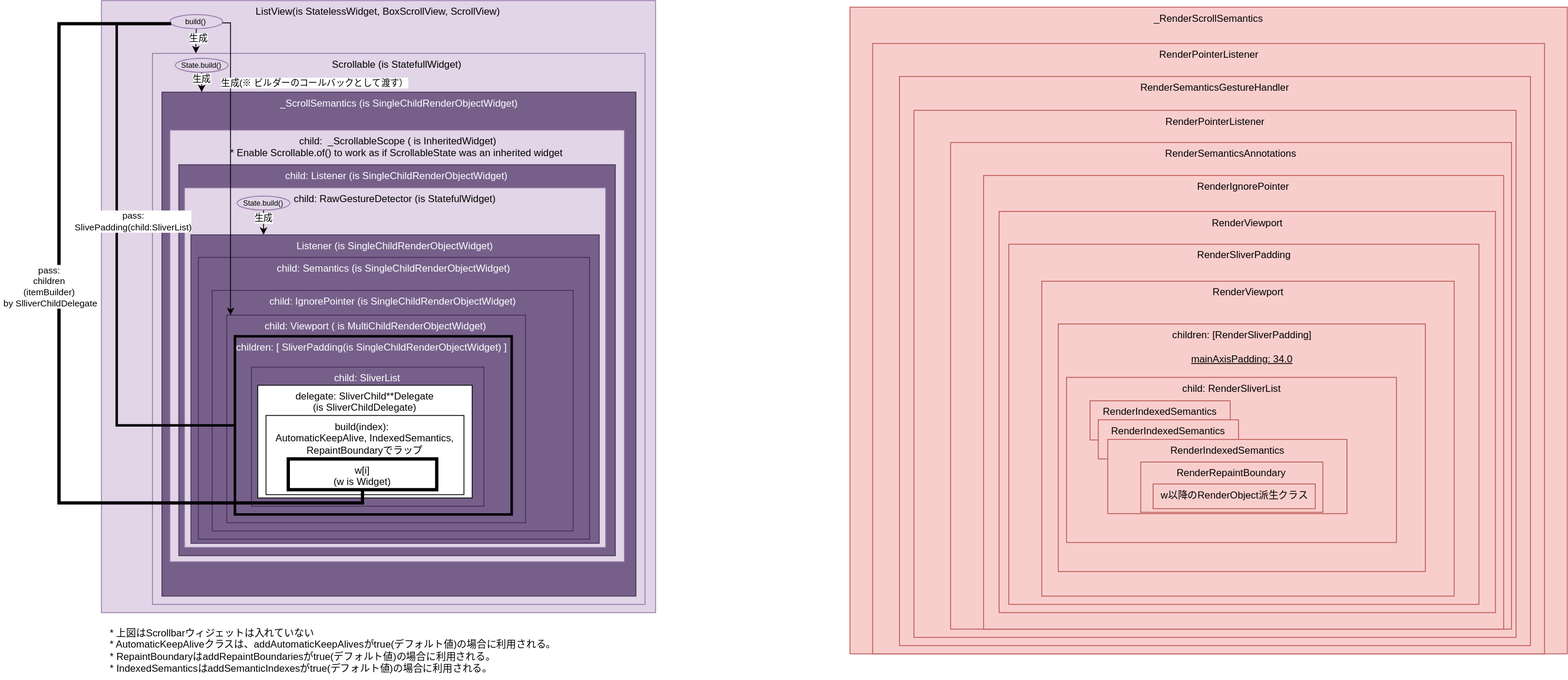
The draw.io diagram flutter/svg/scroll_code_reading/flutter_scroll_view_build.drawio.svg in megur0/docs, before a commit. Source tidied: cells renumbered, new cells last; positions are measured from the earlier drawing's top-left corner, leaving out a move shared by most shapes.
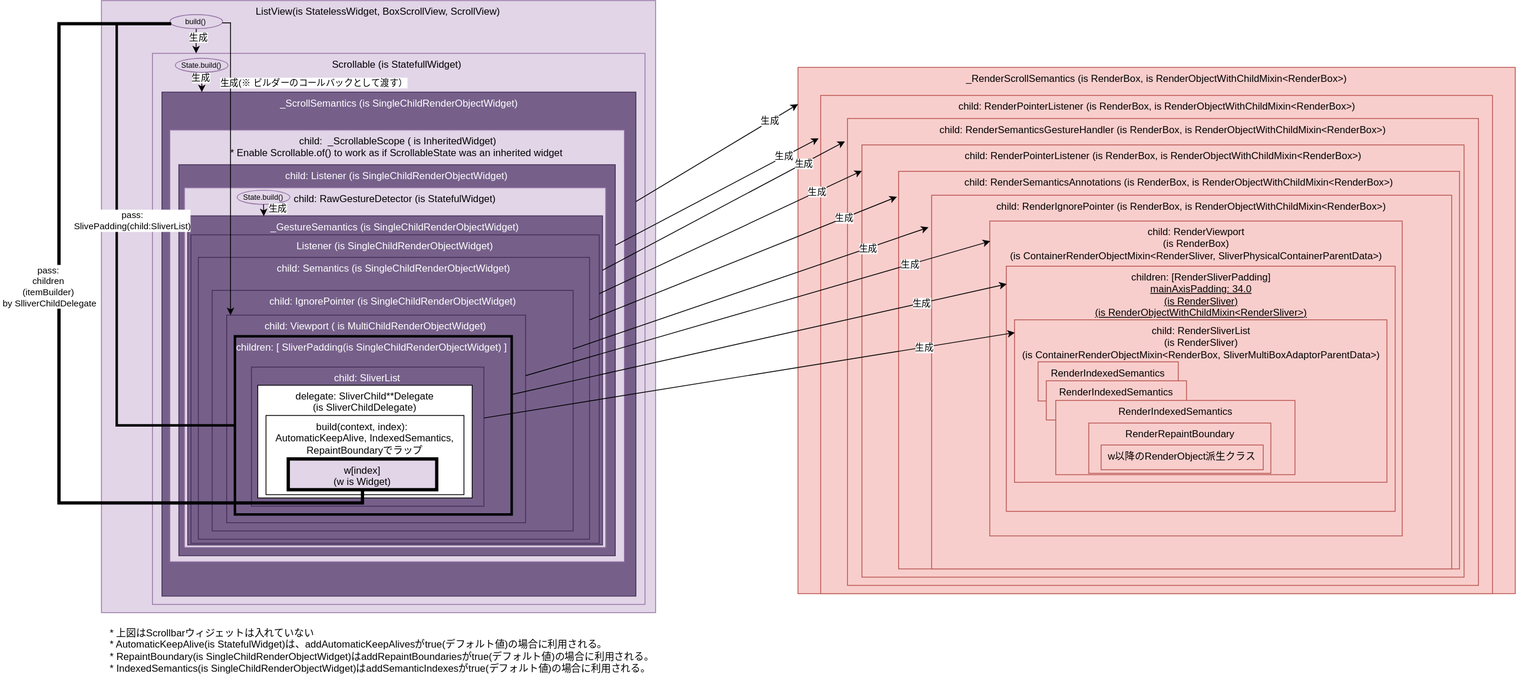
After the change.

The edit, as a diff of the source:
```diff
@@ -20,32 +20,26 @@
     <mxCell id="7" value="&lt;div&gt;&lt;/div&gt;&lt;div&gt;&lt;br&gt;&lt;/div&gt;" style="text;html=1;align=center;verticalAlign=middle;strokeColor=none;fillColor=none;" parent="1" vertex="1">
       <mxGeometry x="389.3" y="21" width="18" height="26" as="geometry" />
     </mxCell>
-    <mxCell id="8" value="_RenderScrollSemantics" style="html=1;whiteSpace=wrap;fillColor=#f8cecc;strokeColor=#b85450;verticalAlign=top;" parent="1" vertex="1">
-      <mxGeometry x="959" y="8" width="869.5" height="784" as="geometry" />
+    <mxCell id="8" value="_RenderScrollSemantics&amp;nbsp;&lt;span style=&quot;background-color: initial;&quot;&gt;(is RenderBox, is&amp;nbsp;RenderObjectWithChildMixin&amp;lt;RenderBox&amp;gt;)&lt;/span&gt;" style="html=1;whiteSpace=wrap;fillColor=#f8cecc;strokeColor=#b85450;verticalAlign=top;" parent="1" vertex="1">
+      <mxGeometry x="896" y="81" width="869.5" height="638" as="geometry" />
     </mxCell>
-    <mxCell id="9" value="RenderPointerListener" style="html=1;whiteSpace=wrap;fillColor=#f8cecc;strokeColor=#b85450;verticalAlign=top;" parent="1" vertex="1">
-      <mxGeometry x="986.5" y="52" width="814.5" height="740" as="geometry" />
+    <mxCell id="9" value="child: RenderPointerListener&amp;nbsp;&lt;span style=&quot;background-color: initial;&quot;&gt;(is RenderBox, is RenderObjectWithChildMixin&amp;lt;RenderBox&amp;gt;)&lt;/span&gt;" style="html=1;whiteSpace=wrap;fillColor=#f8cecc;strokeColor=#b85450;verticalAlign=top;" parent="1" vertex="1">
+      <mxGeometry x="923.5" y="115" width="814.5" height="604" as="geometry" />
     </mxCell>
-    <mxCell id="10" value="RenderSemanticsGestureHandler" style="html=1;whiteSpace=wrap;fillColor=#f8cecc;strokeColor=#b85450;verticalAlign=top;" parent="1" vertex="1">
-      <mxGeometry x="1019" y="92" width="765" height="690" as="geometry" />
+    <mxCell id="10" value="child: RenderSemanticsGestureHandler&amp;nbsp;&lt;span style=&quot;background-color: initial;&quot;&gt;(is RenderBox, is RenderObjectWithChildMixin&amp;lt;RenderBox&amp;gt;)&lt;/span&gt;" style="html=1;whiteSpace=wrap;fillColor=#f8cecc;strokeColor=#b85450;verticalAlign=top;" parent="1" vertex="1">
+      <mxGeometry x="956" y="143" width="765" height="566" as="geometry" />
     </mxCell>
-    <mxCell id="11" value="RenderPointerListener" style="html=1;whiteSpace=wrap;fillColor=#f8cecc;strokeColor=#b85450;verticalAlign=top;" parent="1" vertex="1">
-      <mxGeometry x="1036.5" y="133.1" width="730" height="638.9" as="geometry" />
+    <mxCell id="11" value="child: RenderPointerListener&amp;nbsp;&lt;span style=&quot;background-color: initial;&quot;&gt;(is RenderBox, is RenderObjectWithChildMixin&amp;lt;RenderBox&amp;gt;)&lt;/span&gt;" style="html=1;whiteSpace=wrap;fillColor=#f8cecc;strokeColor=#b85450;verticalAlign=top;" parent="1" vertex="1">
+      <mxGeometry x="973.5" y="175" width="730" height="524" as="geometry" />
     </mxCell>
-    <mxCell id="12" value="RenderSemanticsAnnotations" style="html=1;whiteSpace=wrap;fillColor=#f8cecc;strokeColor=#b85450;verticalAlign=top;" parent="1" vertex="1">
-      <mxGeometry x="1081" y="172" width="680" height="590" as="geometry" />
+    <mxCell id="12" value="child: RenderSemanticsAnnotations&amp;nbsp;&lt;span style=&quot;background-color: initial;&quot;&gt;(is RenderBox, is RenderObjectWithChildMixin&amp;lt;RenderBox&amp;gt;)&lt;/span&gt;" style="html=1;whiteSpace=wrap;fillColor=#f8cecc;strokeColor=#b85450;verticalAlign=top;" parent="1" vertex="1">
+      <mxGeometry x="1018" y="207" width="680" height="482" as="geometry" />
     </mxCell>
-    <mxCell id="13" value="RenderIgnorePointer" style="html=1;whiteSpace=wrap;fillColor=#f8cecc;strokeColor=#b85450;verticalAlign=top;" parent="1" vertex="1">
-      <mxGeometry x="1121" y="212" width="630.5" height="550" as="geometry" />
+    <mxCell id="13" value="child: RenderIgnorePointer&amp;nbsp;(is RenderBox, is RenderObjectWithChildMixin&amp;lt;RenderBox&amp;gt;)" style="html=1;whiteSpace=wrap;fillColor=#f8cecc;strokeColor=#b85450;verticalAlign=top;" parent="1" vertex="1">
+      <mxGeometry x="1058" y="236" width="630.5" height="453" as="geometry" />
     </mxCell>
-    <mxCell id="14" value="RenderViewport" style="html=1;whiteSpace=wrap;fillColor=#f8cecc;strokeColor=#b85450;verticalAlign=top;" parent="1" vertex="1">
-      <mxGeometry x="1139.8" y="255.6" width="601.7" height="486.4" as="geometry" />
-    </mxCell>
-    <mxCell id="15" value="RenderSliverPadding" style="html=1;whiteSpace=wrap;fillColor=#f8cecc;strokeColor=#b85450;verticalAlign=top;" parent="1" vertex="1">
-      <mxGeometry x="1151.5" y="295.4" width="570" height="436.6" as="geometry" />
-    </mxCell>
-    <mxCell id="16" value="RenderViewport&lt;br&gt;" style="html=1;whiteSpace=wrap;fillColor=#f8cecc;strokeColor=#b85450;verticalAlign=top;" parent="1" vertex="1">
-      <mxGeometry x="1191.5" y="340.3" width="500" height="381.7" as="geometry" />
+    <mxCell id="16" value="child: RenderViewport&lt;div&gt;(is RenderBox)&lt;div&gt;(is ContainerRenderObjectMixin&amp;lt;RenderSliver, SliverPhysicalContainerParentData&amp;gt;)&lt;/div&gt;&lt;/div&gt;" style="html=1;whiteSpace=wrap;fillColor=#f8cecc;strokeColor=#b85450;verticalAlign=top;" parent="1" vertex="1">
+      <mxGeometry x="1128.5" y="267.3" width="500" height="381.7" as="geometry" />
     </mxCell>
     <mxCell id="17" value="child: Listener&amp;nbsp;(is SingleChildRenderObjectWidget)" style="html=1;whiteSpace=wrap;verticalAlign=top;fillColor=#76608a;fontColor=#ffffff;strokeColor=#432D57;" parent="1" vertex="1">
       <mxGeometry x="145.3" y="199" width="529.1" height="474" as="geometry" />
@@ -53,29 +47,29 @@
     <mxCell id="18" value="child: RawGestureDetector (is StatefulWidget)&lt;div&gt;&lt;br/&gt;&lt;/div&gt;" style="html=1;whiteSpace=wrap;verticalAlign=top;fillColor=#e1d5e7;strokeColor=#9673a6;" parent="1" vertex="1">
       <mxGeometry x="152.1" y="227" width="510.7" height="436" as="geometry" />
     </mxCell>
-    <mxCell id="19" value="children: [RenderSliverPadding]&lt;br&gt;&lt;br&gt;&lt;u&gt;mainAxisPadding: 34.0&lt;/u&gt;" style="html=1;whiteSpace=wrap;fillColor=#f8cecc;strokeColor=#b85450;verticalAlign=top;" parent="1" vertex="1">
-      <mxGeometry x="1211.5" y="392" width="445" height="300.2" as="geometry" />
+    <mxCell id="19" value="children: [RenderSliverPadding]&lt;br&gt;&lt;u&gt;mainAxisPadding: 34.0&lt;/u&gt;&lt;div&gt;&lt;u&gt;(is&amp;nbsp;&lt;/u&gt;&lt;span style=&quot;background-color: initial;&quot;&gt;&lt;u&gt;RenderSliver&lt;/u&gt;&lt;/span&gt;&lt;u style=&quot;background-color: initial;&quot;&gt;)&lt;/u&gt;&lt;/div&gt;&lt;div&gt;&lt;u style=&quot;background-color: initial;&quot;&gt;(is&amp;nbsp;&lt;/u&gt;&lt;span style=&quot;background-color: initial;&quot;&gt;&lt;u&gt;RenderObjectWithChildMixin&amp;lt;RenderSliver&amp;gt;&lt;/u&gt;&lt;/span&gt;&lt;u style=&quot;background-color: initial;&quot;&gt;)&lt;/u&gt;&lt;/div&gt;" style="html=1;whiteSpace=wrap;fillColor=#f8cecc;strokeColor=#b85450;verticalAlign=top;" parent="1" vertex="1">
+      <mxGeometry x="1148.5" y="322" width="471.5" height="297.2" as="geometry" />
     </mxCell>
-    <mxCell id="20" value="child: RenderSliverList&lt;br&gt;" style="html=1;whiteSpace=wrap;fillColor=#f8cecc;strokeColor=#b85450;verticalAlign=top;" parent="1" vertex="1">
-      <mxGeometry x="1221.5" y="456.8" width="400" height="200.2" as="geometry" />
+    <mxCell id="20" value="child: RenderSliverList&lt;div&gt;(is RenderSliver)&lt;br&gt;&lt;div&gt;(is ContainerRenderObjectMixin&amp;lt;RenderBox, SliverMultiBoxAdaptorParentData&amp;gt;)&lt;/div&gt;&lt;/div&gt;" style="html=1;whiteSpace=wrap;fillColor=#f8cecc;strokeColor=#b85450;verticalAlign=top;" parent="1" vertex="1">
+      <mxGeometry x="1158.5" y="387" width="451.5" height="197" as="geometry" />
     </mxCell>
     <mxCell id="21" value="RenderIndexedSemantics" style="html=1;whiteSpace=wrap;fillColor=#f8cecc;strokeColor=#b85450;verticalAlign=top;" parent="1" vertex="1">
-      <mxGeometry x="1250" y="485.2" width="170" height="47.4" as="geometry" />
+      <mxGeometry x="1187" y="438" width="170" height="47.4" as="geometry" />
     </mxCell>
     <mxCell id="22" value="RenderIndexedSemantics" style="html=1;whiteSpace=wrap;fillColor=#f8cecc;strokeColor=#b85450;verticalAlign=top;" parent="1" vertex="1">
-      <mxGeometry x="1260" y="508.2" width="170" height="47.4" as="geometry" />
+      <mxGeometry x="1197" y="461" width="170" height="47.4" as="geometry" />
     </mxCell>
     <mxCell id="23" value="RenderIndexedSemantics" style="html=1;whiteSpace=wrap;fillColor=#f8cecc;strokeColor=#b85450;verticalAlign=top;" parent="1" vertex="1">
-      <mxGeometry x="1271.5" y="532" width="290" height="90" as="geometry" />
+      <mxGeometry x="1208.5" y="484.8" width="290" height="90" as="geometry" />
     </mxCell>
     <mxCell id="24" value="RenderRepaintBoundary" style="html=1;whiteSpace=wrap;fillColor=#f8cecc;strokeColor=#b85450;verticalAlign=top;" parent="1" vertex="1">
-      <mxGeometry x="1311.5" y="559.4" width="220.8" height="61" as="geometry" />
+      <mxGeometry x="1248.5" y="512.2" width="220.8" height="61" as="geometry" />
     </mxCell>
     <mxCell id="25" value="w以降のRenderObject派生クラス" style="html=1;whiteSpace=wrap;fillColor=#f8cecc;strokeColor=#b85450;verticalAlign=top;" parent="1" vertex="1">
-      <mxGeometry x="1326.5" y="586.1" width="196.6" height="30" as="geometry" />
+      <mxGeometry x="1263.5" y="538.8" width="196.6" height="30" as="geometry" />
     </mxCell>
-    <mxCell id="26" value="* 上図はScrollbarウィジェットは入れていない&lt;br&gt;&lt;div&gt;* AutomaticKeepAliveクラスは、addAutomaticKeepAlivesがtrue(デフォルト値)の場合に利用される。&lt;/div&gt;&lt;div&gt;* RepaintBoundaryはaddRepaintBoundariesがtrue(デフォルト値)の場合に利用される。&lt;/div&gt;&lt;div&gt;* IndexedSemanticsはaddSemanticIndexesがtrue(デフォルト値)の場合に利用される。&lt;/div&gt;" style="text;html=1;align=left;verticalAlign=middle;strokeColor=none;fillColor=none;" parent="1" vertex="1">
-      <mxGeometry x="60" y="753" width="558" height="70" as="geometry" />
+    <mxCell id="26" value="* 上図はScrollbarウィジェットは入れていない&lt;br&gt;&lt;div&gt;* AutomaticKeepAlive(is StatefulWidget)は、addAutomaticKeepAlivesがtrue(デフォルト値)の場合に利用される。&lt;/div&gt;&lt;div&gt;* RepaintBoundary(is SingleChildRenderObjectWidget)はaddRepaintBoundariesがtrue(デフォルト値)の場合に利用される。&lt;/div&gt;&lt;div&gt;* IndexedSemantics(is SingleChildRenderObjectWidget)はaddSemanticIndexesがtrue(デフォルト値)の場合に利用される。&lt;/div&gt;" style="text;html=1;align=left;verticalAlign=middle;strokeColor=none;fillColor=none;" parent="1" vertex="1">
+      <mxGeometry x="60" y="753" width="677" height="70" as="geometry" />
     </mxCell>
     <mxCell id="27" style="edgeStyle=elbowEdgeStyle;rounded=0;jettySize=auto;html=1;" parent="1" edge="1" source="29" target="3">
       <mxGeometry relative="1" as="geometry" />
@@ -97,6 +91,18 @@
     <mxCell id="32" value="State.build()" style="ellipse;whiteSpace=wrap;html=1;align=center;fontSize=9;fillColor=#e1d5e7;strokeColor=#9673a6;" parent="1" vertex="1">
       <mxGeometry x="141" y="70" width="64" height="17" as="geometry" />
     </mxCell>
+    <mxCell id="50" value="State.build()" style="ellipse;whiteSpace=wrap;html=1;align=center;fontSize=9;fillColor=#e1d5e7;strokeColor=#9673a6;" parent="1" vertex="1">
+      <mxGeometry x="216" y="230" width="64" height="17" as="geometry" />
+    </mxCell>
+    <mxCell id="51" value="_GestureSemantics (is SingleChildRenderObjectWidget)" style="html=1;whiteSpace=wrap;verticalAlign=top;fillColor=#76608a;fontColor=#ffffff;strokeColor=#432D57;" parent="1" vertex="1">
+      <mxGeometry x="156" y="261" width="502.9" height="399" as="geometry" />
+    </mxCell>
+    <mxCell id="52" style="rounded=0;jettySize=auto;html=1;entryX=0;entryY=0.07;entryDx=0;entryDy=0;entryPerimeter=0;" parent="1" edge="1" source="4" target="8">
+      <mxGeometry relative="1" as="geometry" />
+    </mxCell>
+    <mxCell id="53" value="生成" style="edgeLabel;html=1;align=center;verticalAlign=middle;" parent="52" vertex="1">
+      <mxGeometry x="0.66" relative="1" as="geometry" />
+    </mxCell>
     <mxCell id="33" value="Listener (is SingleChildRenderObjectWidget)" style="html=1;whiteSpace=wrap;verticalAlign=top;fillColor=#76608a;fontColor=#ffffff;strokeColor=#432D57;" parent="1" vertex="1">
       <mxGeometry x="160" y="284" width="495" height="374" as="geometry" />
     </mxCell>
@@ -118,10 +124,10 @@
     <mxCell id="39" value="delegate: SliverChild**Delegate&lt;br&gt;(is SliverChildDelegate)&lt;br&gt;&amp;nbsp;" style="html=1;whiteSpace=wrap;verticalAlign=top;" parent="1" vertex="1">
       <mxGeometry x="241" y="466.3" width="260" height="136.7" as="geometry" />
     </mxCell>
-    <mxCell id="40" value="build(index):&amp;nbsp;&amp;nbsp;&lt;br&gt;AutomaticKeepAlive, IndexedSemantics,&lt;br&gt;RepaintBoundaryでラップ&lt;br&gt;" style="html=1;whiteSpace=wrap;verticalAlign=top;" parent="1" vertex="1">
+    <mxCell id="40" value="build(context, index):&amp;nbsp;&amp;nbsp;&lt;br&gt;AutomaticKeepAlive, IndexedSemantics,&lt;br&gt;RepaintBoundaryでラップ" style="html=1;whiteSpace=wrap;verticalAlign=top;" parent="1" vertex="1">
       <mxGeometry x="251" y="503" width="240" height="96" as="geometry" />
     </mxCell>
-    <mxCell id="41" value="w[i]&lt;br&gt;(w is Widget)" style="html=1;whiteSpace=wrap;verticalAlign=top;strokeWidth=4;" parent="1" vertex="1">
+    <mxCell id="41" value="w[index]&lt;br&gt;(w is Widget)" style="html=1;whiteSpace=wrap;verticalAlign=top;strokeWidth=4;fillColor=#E1D5E7;" parent="1" vertex="1">
       <mxGeometry x="278" y="555.7" width="180" height="37.3" as="geometry" />
     </mxCell>
     <mxCell id="42" style="edgeStyle=orthogonalEdgeStyle;rounded=0;jettySize=auto;html=1;strokeWidth=3;endArrow=none;endFill=0;" parent="1" edge="1" source="29" target="37">
@@ -163,14 +169,61 @@
         <mxPoint x="102" y="2" as="offset" />
       </mxGeometry>
     </mxCell>
+    <mxCell id="54" style="rounded=0;jettySize=auto;html=1;entryX=-0.003;entryY=0.086;entryDx=0;entryDy=0;entryPerimeter=0;" parent="1" edge="1" source="17" target="9">
+      <mxGeometry relative="1" as="geometry" />
+    </mxCell>
+    <mxCell id="55" value="生成" style="edgeLabel;html=1;align=center;verticalAlign=middle;" parent="54" vertex="1">
+      <mxGeometry x="0.66" relative="1" as="geometry" />
+    </mxCell>
+    <mxCell id="56" style="rounded=0;jettySize=auto;html=1;entryX=-0.003;entryY=0.064;entryDx=0;entryDy=0;entryPerimeter=0;" parent="1" edge="1" source="34" target="12">
+      <mxGeometry relative="1" as="geometry" />
+    </mxCell>
+    <mxCell id="57" value="生成" style="edgeLabel;html=1;align=center;verticalAlign=middle;" parent="56" vertex="1">
+      <mxGeometry x="0.66" relative="1" as="geometry" />
+    </mxCell>
+    <mxCell id="58" style="rounded=0;jettySize=auto;html=1;entryX=-0.006;entryY=0.086;entryDx=0;entryDy=0;entryPerimeter=0;" parent="1" edge="1" source="35" target="13">
+      <mxGeometry relative="1" as="geometry" />
+    </mxCell>
+    <mxCell id="59" value="生成" style="edgeLabel;html=1;align=center;verticalAlign=middle;" parent="58" vertex="1">
+      <mxGeometry x="0.66" relative="1" as="geometry" />
+    </mxCell>
+    <mxCell id="60" style="rounded=0;jettySize=auto;html=1;entryX=0.001;entryY=0.064;entryDx=0;entryDy=0;entryPerimeter=0;" parent="1" edge="1" source="36" target="16">
+      <mxGeometry relative="1" as="geometry" />
+    </mxCell>
+    <mxCell id="61" value="生成" style="edgeLabel;html=1;align=center;verticalAlign=middle;" parent="60" vertex="1">
+      <mxGeometry x="0.66" relative="1" as="geometry" />
+    </mxCell>
+    <mxCell id="62" style="rounded=0;jettySize=auto;html=1;entryX=0.001;entryY=0.073;entryDx=0;entryDy=0;entryPerimeter=0;" parent="1" edge="1" source="37" target="19">
+      <mxGeometry relative="1" as="geometry" />
+    </mxCell>
+    <mxCell id="63" value="生成" style="edgeLabel;html=1;align=center;verticalAlign=middle;" parent="62" vertex="1">
+      <mxGeometry x="0.66" relative="1" as="geometry" />
+    </mxCell>
+    <mxCell id="64" style="rounded=0;jettySize=auto;html=1;entryX=0.001;entryY=0.079;entryDx=0;entryDy=0;entryPerimeter=0;" parent="1" edge="1" source="38" target="20">
+      <mxGeometry relative="1" as="geometry" />
+    </mxCell>
+    <mxCell id="65" value="生成" style="edgeLabel;html=1;align=center;verticalAlign=middle;" parent="64" vertex="1">
+      <mxGeometry x="0.66" relative="1" as="geometry" />
+    </mxCell>
-    <mxCell id="48" style="edgeStyle=elbowEdgeStyle;rounded=0;jettySize=auto;html=1;" parent="1" edge="1" source="50" target="33">
+    <mxCell id="48" style="edgeStyle=elbowEdgeStyle;rounded=0;jettySize=auto;html=1;entryX=0.184;entryY=0.001;entryDx=0;entryDy=0;entryPerimeter=0;" parent="1" edge="1" source="50" target="51">
       <mxGeometry relative="1" as="geometry" />
     </mxCell>
     <mxCell id="49" value="生成" style="edgeLabel;html=1;align=center;verticalAlign=middle;" parent="48" vertex="1">
-      <mxGeometry x="-0.4" y="-1" relative="1" as="geometry" />
+      <mxGeometry x="-0.4" y="-1" relative="1" as="geometry">
+        <mxPoint x="18" as="offset" />
+      </mxGeometry>
     </mxCell>
-    <mxCell id="50" value="State.build()" style="ellipse;whiteSpace=wrap;html=1;align=center;fontSize=9;fillColor=#e1d5e7;strokeColor=#9673a6;" parent="1" vertex="1">
-      <mxGeometry x="216" y="237" width="64" height="17" as="geometry" />
-    </mxCell>
+    <mxCell id="66" style="rounded=0;jettySize=auto;html=1;entryX=-0.004;entryY=0.049;entryDx=0;entryDy=0;entryPerimeter=0;" parent="1" edge="1" source="51" target="10">
+      <mxGeometry relative="1" as="geometry" />
+    </mxCell>
+    <mxCell id="67" value="生成" style="edgeLabel;html=1;align=center;verticalAlign=middle;" parent="66" vertex="1">
+      <mxGeometry x="0.66" relative="1" as="geometry" />
+    </mxCell>
+    <mxCell id="68" style="rounded=0;jettySize=auto;html=1;entryX=0;entryY=0.06;entryDx=0;entryDy=0;entryPerimeter=0;" parent="1" edge="1" source="33" target="11">
+      <mxGeometry relative="1" as="geometry" />
+    </mxCell>
+    <mxCell id="69" value="生成" style="edgeLabel;html=1;align=center;verticalAlign=middle;" parent="68" vertex="1">
+      <mxGeometry x="0.66" relative="1" as="geometry" />
+    </mxCell>
   </root>
 </mxGraphModel>
```
